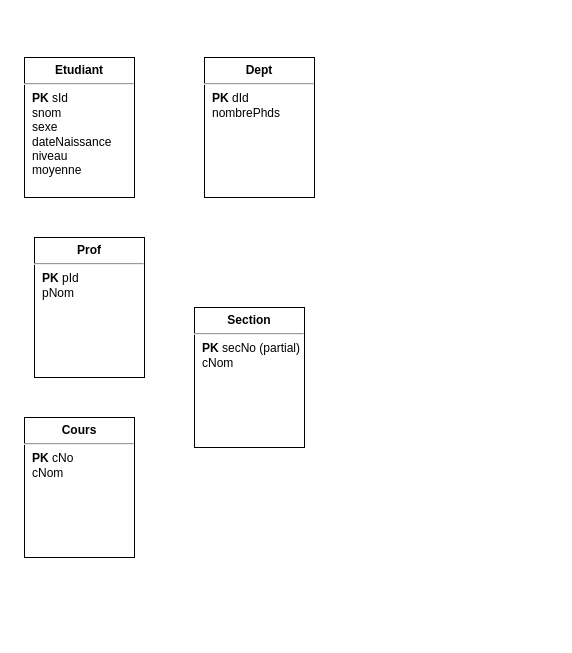
Above: Tp3.drawio in lyg2/Reservation-SQL (draw.io), before the change. Source tidied: cells renumbered, new cells numbered last; positions are measured from the earlier drawing's top-left corner, leaving out a move shared by most shapes. Both pictures are drawn from the tidied source at 100%, with x=0, y=0 at pixel (24, 57).
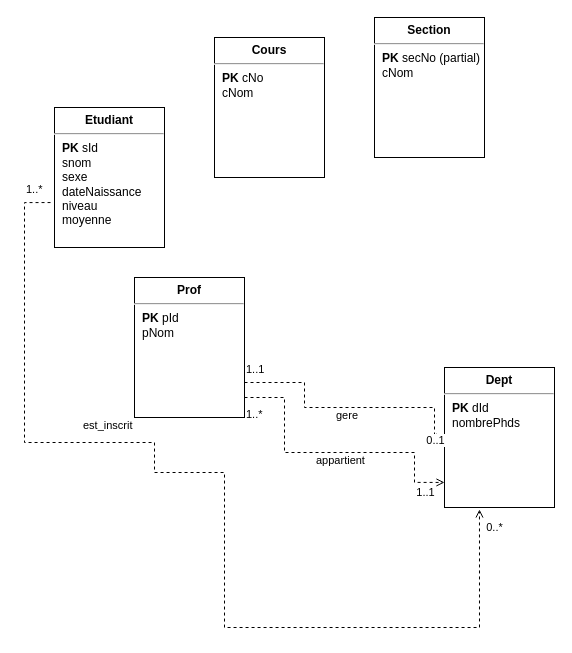
Above is the later version.

Commit message (it also covers changes not shown here):
Mettre à jour Tp3.drawio

What changed in the source:
```diff
@@
     <mxCell id="2" value="&lt;p style=&quot;margin:0px;margin-top:6px;text-align:center;&quot;&gt;&lt;b&gt;Etudiant&lt;/b&gt;&lt;/p&gt;&lt;hr&gt;&lt;p style=&quot;margin:0px;margin-left:8px;&quot;&gt;&lt;b&gt;PK&lt;/b&gt;&amp;nbsp;sId&lt;/p&gt;&lt;p style=&quot;margin:0px;margin-left:8px;&quot;&gt;snom&lt;/p&gt;&lt;p style=&quot;margin:0px;margin-left:8px;&quot;&gt;sexe&lt;/p&gt;&lt;p style=&quot;margin:0px;margin-left:8px;&quot;&gt;dateNaissance&lt;/p&gt;&lt;p style=&quot;margin:0px;margin-left:8px;&quot;&gt;niveau&lt;br&gt;moyenne&lt;br&gt;&lt;/p&gt;&lt;p style=&quot;margin:0px;margin-left:8px;&quot;&gt;&lt;br&gt;&lt;/p&gt;" style="align=left;overflow=fill;html=1;" parent="1" vertex="1">
-      <mxGeometry width="110" height="140" as="geometry" />
+      <mxGeometry x="30" y="50" width="110" height="140" as="geometry" />
     </mxCell>
     <mxCell id="3" value="&lt;p style=&quot;margin:0px;margin-top:6px;text-align:center;&quot;&gt;&lt;b&gt;Dept&lt;/b&gt;&lt;/p&gt;&lt;hr&gt;&lt;p style=&quot;margin:0px;margin-left:8px;&quot;&gt;&lt;b&gt;PK&lt;/b&gt;&amp;nbsp;dId&lt;/p&gt;&lt;p style=&quot;margin:0px;margin-left:8px;&quot;&gt;nombrePhds&lt;/p&gt;&lt;p style=&quot;margin:0px;margin-left:8px;&quot;&gt;&lt;br&gt;&lt;/p&gt;" style="align=left;overflow=fill;html=1;" parent="1" vertex="1">
-      <mxGeometry x="180" width="110" height="140" as="geometry" />
+      <mxGeometry x="420" y="310" width="110" height="140" as="geometry" />
     </mxCell>
     <mxCell id="4" value="&lt;p style=&quot;margin:0px;margin-top:6px;text-align:center;&quot;&gt;&lt;b&gt;Prof&lt;/b&gt;&lt;/p&gt;&lt;hr&gt;&lt;p style=&quot;margin:0px;margin-left:8px;&quot;&gt;&lt;b&gt;PK&lt;/b&gt;&amp;nbsp;pId&lt;/p&gt;&lt;p style=&quot;margin:0px;margin-left:8px;&quot;&gt;pNom&lt;/p&gt;&lt;p style=&quot;margin:0px;margin-left:8px;&quot;&gt;&lt;br&gt;&lt;/p&gt;" style="align=left;overflow=fill;html=1;" parent="1" vertex="1">
-      <mxGeometry x="10" y="180" width="110" height="140" as="geometry" />
+      <mxGeometry x="110" y="220" width="110" height="140" as="geometry" />
     </mxCell>
     <mxCell id="5" value="&lt;p style=&quot;margin:0px;margin-top:6px;text-align:center;&quot;&gt;&lt;b&gt;Cours&lt;/b&gt;&lt;/p&gt;&lt;hr&gt;&lt;p style=&quot;margin:0px;margin-left:8px;&quot;&gt;&lt;b&gt;PK&lt;/b&gt;&amp;nbsp;cNo&lt;/p&gt;&lt;p style=&quot;margin:0px;margin-left:8px;&quot;&gt;cNom&lt;/p&gt;&lt;p style=&quot;margin:0px;margin-left:8px;&quot;&gt;&lt;br&gt;&lt;/p&gt;" style="align=left;overflow=fill;html=1;" parent="1" vertex="1">
-      <mxGeometry y="360" width="110" height="140" as="geometry" />
+      <mxGeometry x="190" y="-20" width="110" height="140" as="geometry" />
     </mxCell>
     <mxCell id="6" value="&lt;p style=&quot;margin:0px;margin-top:6px;text-align:center;&quot;&gt;&lt;b&gt;Section&lt;/b&gt;&lt;/p&gt;&lt;hr&gt;&lt;p style=&quot;margin:0px;margin-left:8px;&quot;&gt;&lt;b&gt;PK&lt;/b&gt;&amp;nbsp;secNo (partial)&lt;/p&gt;&lt;p style=&quot;margin:0px;margin-left:8px;&quot;&gt;cNom&lt;/p&gt;&lt;p style=&quot;margin:0px;margin-left:8px;&quot;&gt;&lt;br&gt;&lt;/p&gt;" style="align=left;overflow=fill;html=1;" parent="1" vertex="1">
-      <mxGeometry x="170" y="250" width="110" height="140" as="geometry" />
+      <mxGeometry x="350" y="-40" width="110" height="140" as="geometry" />
     </mxCell>
+    <mxCell id="7" value="gere" style="endArrow=open;endFill=0;html=1;edgeStyle=orthogonalEdgeStyle;align=left;verticalAlign=top;rounded=0;strokeColor=default;dashed=1;exitX=1;exitY=0.75;exitDx=0;exitDy=0;entryX=0;entryY=0.5;entryDx=0;entryDy=0;" parent="1" edge="1" source="4" target="3">
+      <mxGeometry x="-0.37" y="30" relative="1" as="geometry">
+        <Array as="points">
+          <mxPoint x="280" y="350" />
+          <mxPoint x="410" y="350" />
+          <mxPoint x="410" y="380" />
+        </Array>
+      </mxGeometry>
+    </mxCell>
+    <mxCell id="8" value="1..1" style="edgeLabel;html=1;align=left;verticalAlign=bottom;" parent="7" vertex="1">
+      <mxGeometry x="-1" relative="1" as="geometry">
+        <mxPoint y="-5" as="offset" />
+      </mxGeometry>
+    </mxCell>
+    <mxCell id="9" value="0..1" style="edgeLabel;html=1;align=center;verticalAlign=middle;" parent="7" vertex="1">
+      <mxGeometry x="0.86" relative="1" as="geometry">
+        <mxPoint y="10" as="offset" />
+      </mxGeometry>
+    </mxCell>
+    <mxCell id="10" value="appartient" style="endArrow=open;endFill=0;html=1;edgeStyle=orthogonalEdgeStyle;align=left;verticalAlign=top;rounded=0;strokeColor=default;dashed=1;entryX=0;entryY=0.821;entryDx=0;entryDy=0;entryPerimeter=0;" parent="1" edge="1" target="3">
+      <mxGeometry x="-0.37" y="30" relative="1" as="geometry">
+        <mxPoint x="220" y="340" as="sourcePoint" />
+        <Array as="points">
+          <mxPoint x="260" y="395" />
+          <mxPoint x="390" y="395" />
+          <mxPoint x="390" y="425" />
+        </Array>
+      </mxGeometry>
+    </mxCell>
+    <mxCell id="11" value="1..*" style="edgeLabel;html=1;align=left;verticalAlign=bottom;" parent="10" vertex="1">
+      <mxGeometry x="-1" relative="1" as="geometry">
+        <mxPoint y="25" as="offset" />
+      </mxGeometry>
+    </mxCell>
+    <mxCell id="12" value="1..1" style="edgeLabel;html=1;align=center;verticalAlign=middle;" parent="10" vertex="1">
+      <mxGeometry x="0.86" relative="1" as="geometry">
+        <mxPoint y="10" as="offset" />
+      </mxGeometry>
+    </mxCell>
+    <mxCell id="13" value="est_inscrit" style="endArrow=open;endFill=0;html=1;edgeStyle=orthogonalEdgeStyle;align=left;verticalAlign=top;rounded=0;strokeColor=default;dashed=1;exitX=-0.036;exitY=0.679;exitDx=0;exitDy=0;exitPerimeter=0;entryX=0.318;entryY=1.014;entryDx=0;entryDy=0;entryPerimeter=0;" parent="1" edge="1" source="2" target="3">
+      <mxGeometry x="-0.37" y="30" relative="1" as="geometry">
+        <Array as="points">
+          <mxPoint y="145" />
+          <mxPoint y="385" />
+          <mxPoint x="130" y="385" />
+          <mxPoint x="130" y="415" />
+          <mxPoint x="200" y="415" />
+          <mxPoint x="200" y="570" />
+          <mxPoint x="455" y="570" />
+        </Array>
+      </mxGeometry>
+    </mxCell>
+    <mxCell id="14" value="1..*" style="edgeLabel;html=1;align=left;verticalAlign=bottom;" parent="13" vertex="1">
+      <mxGeometry x="-1" relative="1" as="geometry">
+        <mxPoint x="-26" y="-5" as="offset" />
+      </mxGeometry>
+    </mxCell>
+    <mxCell id="15" value="0..*" style="edgeLabel;html=1;align=center;verticalAlign=middle;" parent="13" vertex="1">
+      <mxGeometry x="0.86" relative="1" as="geometry">
+        <mxPoint x="15" y="-54" as="offset" />
+      </mxGeometry>
+    </mxCell>
```
